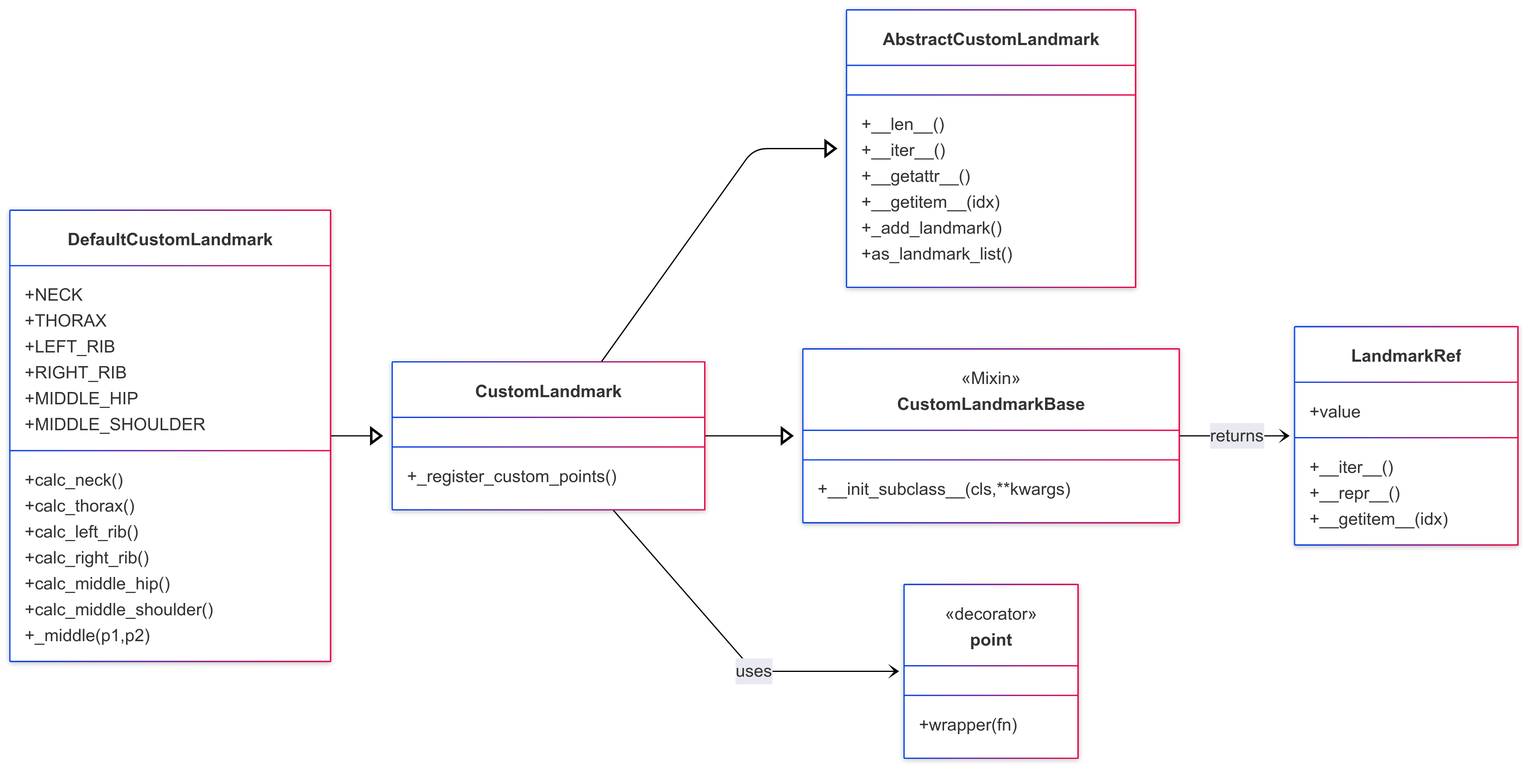
cvpose/custom_handmarks_python keeps this Mermaid diagram as docs/diagrams/class.png. Above is the earlier version. Its source is kept beside it as docs/diagrams/class.mmd.
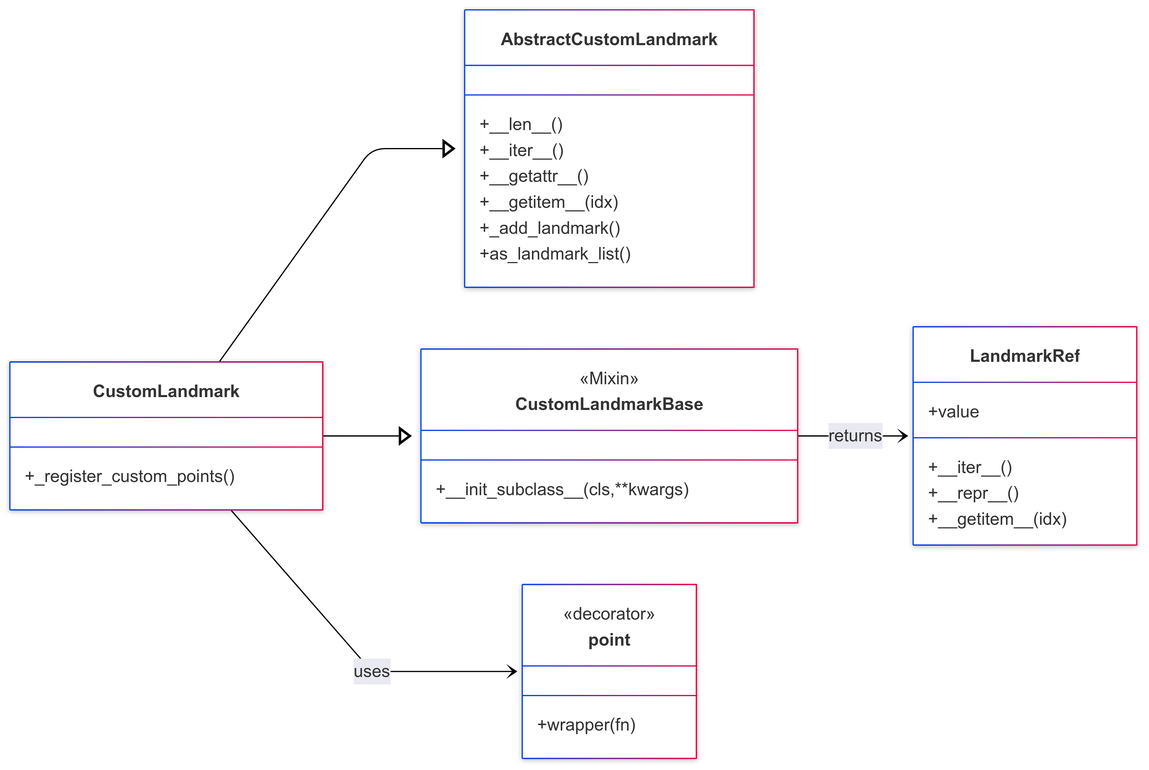
The same file after the commit.

Diff of the diagram source:
```diff
@@ -3,6 +3,7 @@
   theme: mc
   look: neo
   layout: dagre
+id: fa33bca4-18d1-4462-97f3-fcc4dd687a91
 ---
 classDiagram
 direction LR
@@ -20,21 +21,6 @@
     class CustomLandmark {
 	    +_register\_custom\_points()
     }
-    class DefaultCustomLandmark {
-        +NECK
-        +THORAX
-        +LEFT_RIB
-        +RIGHT_RIB
-        +MIDDLE_HIP
-        +MIDDLE_SHOULDER
-        +calc_neck()
-        +calc_thorax()
-        +calc_left_rib()
-        +calc_right_rib()
-        +calc_middle_hip()
-        +calc_middle_shoulder()
-        +\_middle(p1,p2)
-    }
     class LandmarkRef {
 	    +value
 	    +\_\_iter\_\_()
@@ -48,6 +34,5 @@
 	<<decorator>> point
     CustomLandmark --|> AbstractCustomLandmark
     CustomLandmark --|> CustomLandmarkBase
-    DefaultCustomLandmark --|> CustomLandmark
     CustomLandmarkBase --> LandmarkRef : returns
     CustomLandmark --> point : uses
```
